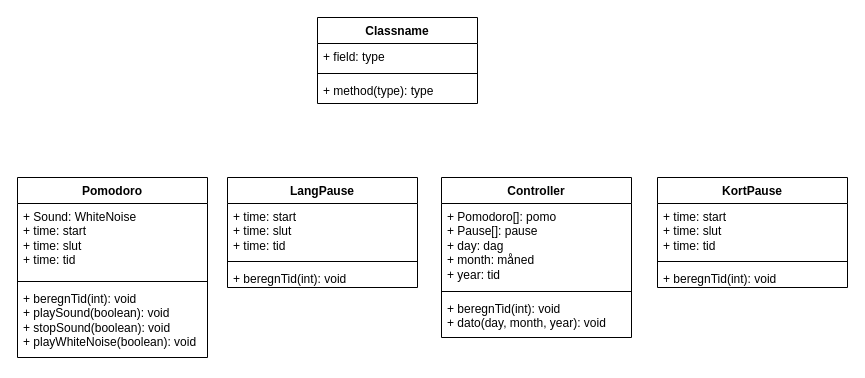
The draw.io diagram nedarvning.drawio in H24HX3Pomodoro/Pomodoro, before the edit. Source tidied: cells renumbered, new cells numbered last; positions are measured from the earlier drawing's top-left corner, leaving out a move shared by most shapes. Both pictures are drawn from the tidied source at 100%, with x=0, y=0 at pixel (17, 17).
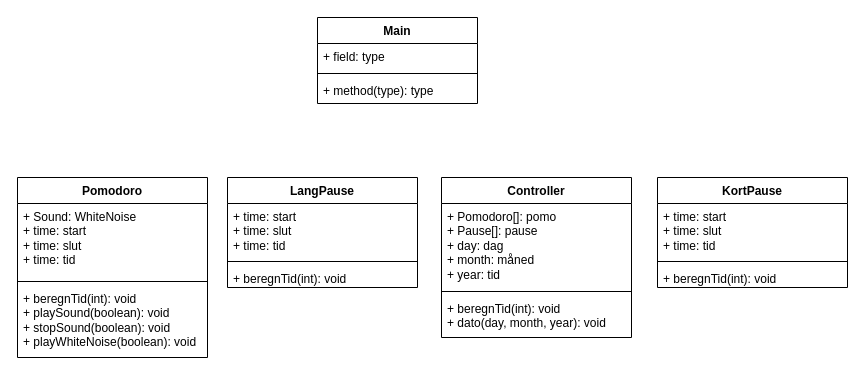
The same page after the edit.

The edit, as a diff of the source:
```diff
@@
-    <mxCell id="18" value="Classname" style="swimlane;fontStyle=1;align=center;verticalAlign=top;horizontal=1;startSize=26;whiteSpace=wrap;html=1;" parent="1" vertex="1">
+    <mxCell id="18" value="Main" style="swimlane;fontStyle=1;align=center;verticalAlign=top;horizontal=1;startSize=26;whiteSpace=wrap;html=1;" parent="1" vertex="1">
       <mxGeometry x="300" width="160" height="86" as="geometry" />
     </mxCell>
```
